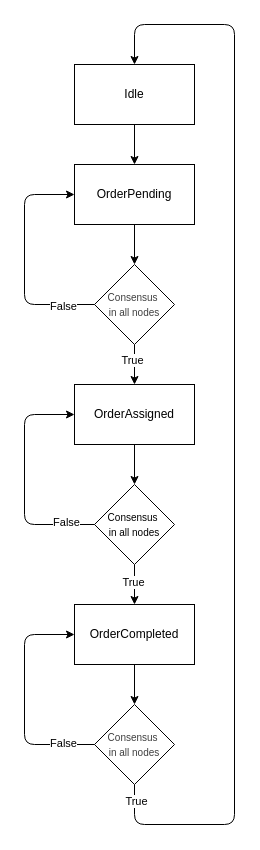
Earlier version of the draw.io diagram UML/aktivitetsdiagram.drawio (KasperTL/elevator_go). Source tidied: cells renumbered, new cells numbered last; positions are measured from the earlier drawing's top-left corner, leaving out a move shared by most shapes. Both pictures are drawn from the tidied source at 100%, with x=0, y=0 at pixel (24, 24).
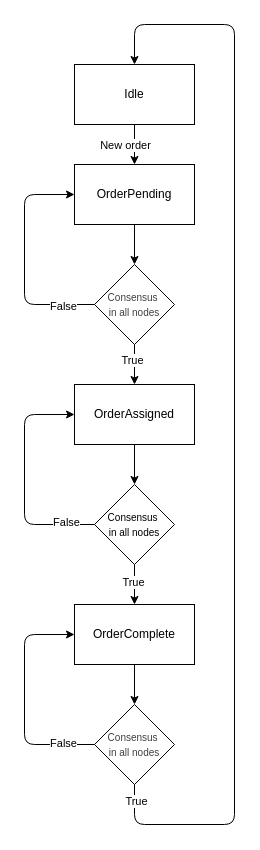
The same diagram, later.

Unchanged cells that the change refers to:
```xml
<mxCell id="24" style="endArrow=classic;html=1;entryX=0.5;entryY=0;entryDx=0;entryDy=0;" parent="1" edge="1" target="7">
  <mxGeometry relative="1" as="geometry">
    <mxPoint x="110" y="100" as="sourcePoint" />
  </mxGeometry>
</mxCell>
```

The edit, as a diff of the source:
```diff
@@
-    <mxCell id="6" value="OrderCompleted" style="rounded=0;whiteSpace=wrap;html=1;" parent="1" vertex="1">
+    <mxCell id="6" value="OrderComplete" style="rounded=0;whiteSpace=wrap;html=1;" parent="1" vertex="1">
       <mxGeometry x="50" y="580" width="120" height="60" as="geometry" />
     </mxCell>
@@
+    <mxCell id="25" value="New order" style="edgeLabel;html=1;align=center;verticalAlign=middle;" parent="24" vertex="1">
+      <mxGeometry x="0.1" relative="1" as="geometry">
+        <mxPoint x="-10" y="-2" as="offset" />
+      </mxGeometry>
+    </mxCell>
```
